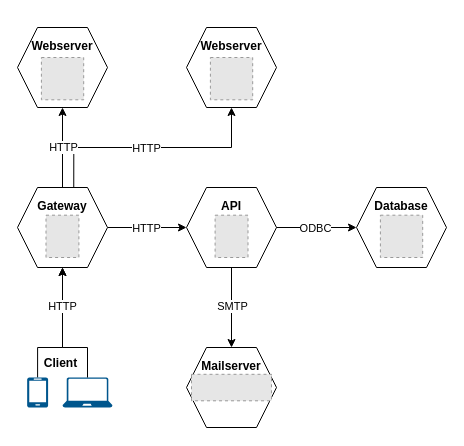
Earlier version of the draw.io diagram SystemarchitecturePlan.drawio (Daezu/diagrams). Source tidied: cells renumbered, new cells numbered last; positions are measured from the earlier drawing's top-left corner, leaving out a move shared by most shapes. Both pictures are drawn from the tidied source at 100%, with x=0, y=0 at pixel (17, 27). Pictures stored in the file or linked from it are replaced by grey dashed boxes.
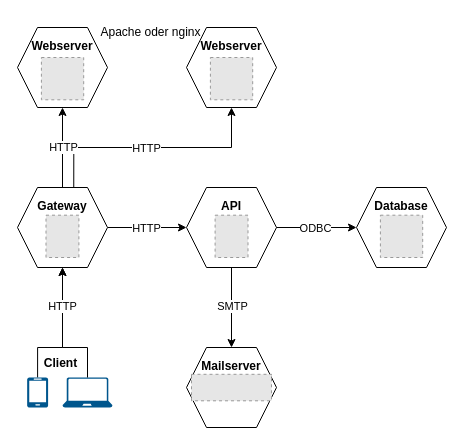
The same diagram, later.

Change to the diagram source:
```diff
@@
+    <mxCell id="31" value="Apache oder nginx" style="text;html=1;align=center;verticalAlign=middle;strokeColor=none;fillColor=none;" parent="1" vertex="1">
+      <mxGeometry x="72.9" y="-10" width="120" height="30" as="geometry" />
+    </mxCell>
```
